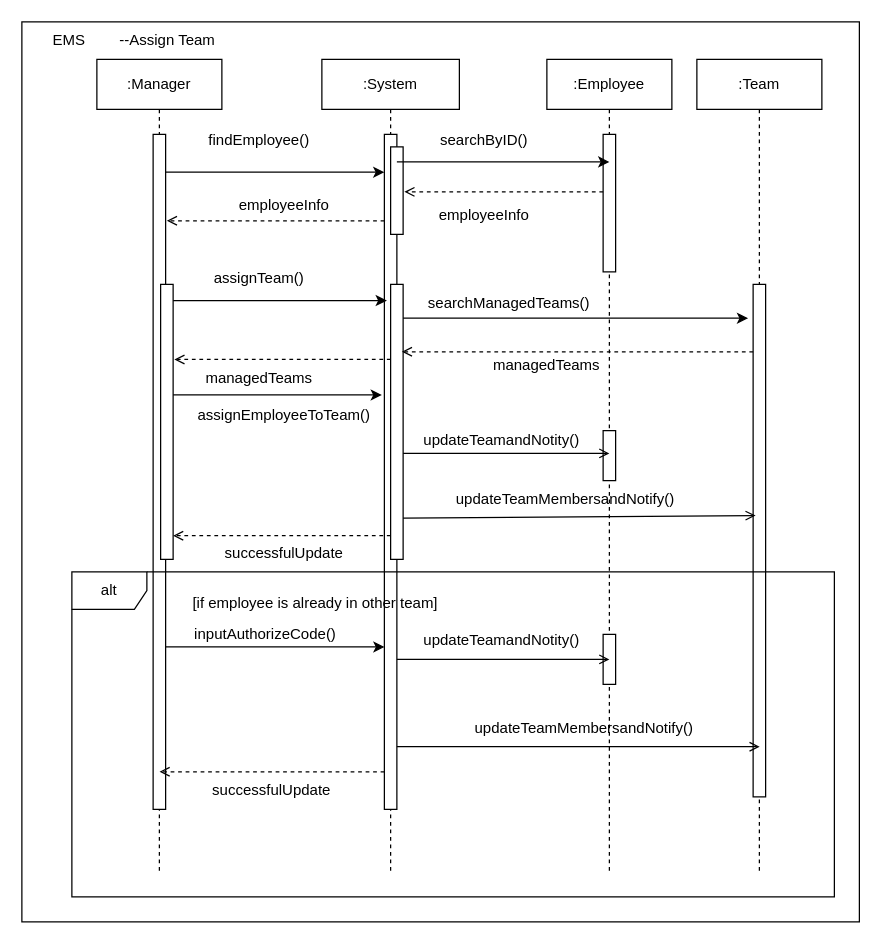
The draw.io diagram System Models/sequence_diagram_assignTeam.drawio in blueappleee/EmployeeManagementSystem, before the edit. Source tidied: cells renumbered, new cells numbered last; positions are measured from the earlier drawing's top-left corner, leaving out a move shared by most shapes. Both pictures are drawn from the tidied source at 125%, with x=0, y=0 at pixel (21, 21).
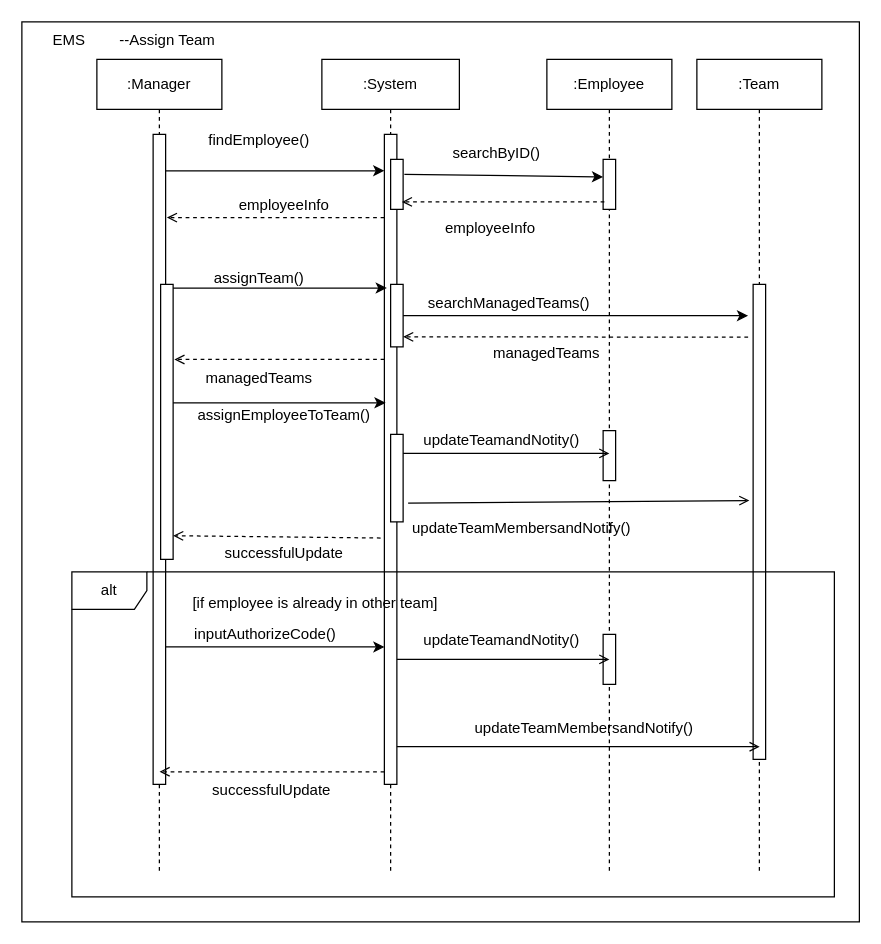
The same diagram, later.

Commit message (it also covers changes not shown here):
Assign Team Sequence Activation box fix

Unchanged cells that the change refers to:
```xml
<mxCell id="3" value=":Manager" style="shape=umlLifeline;perimeter=lifelinePerimeter;whiteSpace=wrap;html=1;" parent="1" vertex="1">
  <mxGeometry x="60" y="30" width="100" height="650" as="geometry" />
</mxCell>
<mxCell id="5" style="html=1;points=[];perimeter=orthogonalPerimeter;" parent="3" vertex="1">
  <mxGeometry x="51" y="180" width="10" height="220" as="geometry" />
</mxCell>
<mxCell id="6" value=":Team" style="shape=umlLifeline;perimeter=lifelinePerimeter;whiteSpace=wrap;html=1;" parent="1" vertex="1">
  <mxGeometry x="540" y="30" width="100" height="650" as="geometry" />
</mxCell>
<mxCell id="9" value=":System" style="shape=umlLifeline;perimeter=lifelinePerimeter;whiteSpace=wrap;html=1;" parent="1" vertex="1">
  <mxGeometry x="240" y="30" width="110" height="650" as="geometry" />
</mxCell>
<mxCell id="13" value=":Employee" style="shape=umlLifeline;perimeter=lifelinePerimeter;whiteSpace=wrap;html=1;" parent="1" vertex="1">
  <mxGeometry x="420" y="30" width="100" height="650" as="geometry" />
</mxCell>
<mxCell id="15" style="html=1;points=[];perimeter=orthogonalPerimeter;" parent="13" vertex="1">
  <mxGeometry x="45" y="297" width="10" height="40" as="geometry" />
</mxCell>
```

Diff of the diagram source:
```diff
@@
     <mxCell id="4" style="html=1;points=[];perimeter=orthogonalPerimeter;" parent="3" vertex="1">
-      <mxGeometry x="45" y="60" width="10" height="540" as="geometry" />
+      <mxGeometry x="45" y="60" width="10" height="520" as="geometry" />
     </mxCell>
@@
     <mxCell id="7" style="html=1;points=[];perimeter=orthogonalPerimeter;" parent="6" vertex="1">
-      <mxGeometry x="45" y="180" width="10" height="410" as="geometry" />
+      <mxGeometry x="45" y="180" width="10" height="380" as="geometry" />
     </mxCell>
@@
     <mxCell id="10" style="html=1;points=[];perimeter=orthogonalPerimeter;" parent="9" vertex="1">
-      <mxGeometry x="50" y="60" width="10" height="540" as="geometry" />
+      <mxGeometry x="50" y="60" width="10" height="520" as="geometry" />
     </mxCell>
     <mxCell id="11" style="html=1;points=[];perimeter=orthogonalPerimeter;" parent="9" vertex="1">
-      <mxGeometry x="55" y="70" width="10" height="70" as="geometry" />
+      <mxGeometry x="55" y="80" width="10" height="40" as="geometry" />
     </mxCell>
     <mxCell id="12" style="html=1;points=[];perimeter=orthogonalPerimeter;" parent="9" vertex="1">
-      <mxGeometry x="55" y="180" width="10" height="220" as="geometry" />
+      <mxGeometry x="55" y="180" width="10" height="50" as="geometry" />
     </mxCell>
+    <mxCell id="53" style="html=1;points=[];perimeter=orthogonalPerimeter;" parent="9" vertex="1">
+      <mxGeometry x="55" y="300" width="10" height="70" as="geometry" />
+    </mxCell>
@@
     <mxCell id="14" style="html=1;points=[];perimeter=orthogonalPerimeter;" parent="13" vertex="1">
-      <mxGeometry x="45" y="60" width="10" height="110" as="geometry" />
+      <mxGeometry x="45" y="80" width="10" height="40" as="geometry" />
     </mxCell>
@@
-    <mxCell id="16" value="updateTeamMembersandNotify()" style="text;html=1;strokeColor=none;fillColor=none;align=center;verticalAlign=middle;whiteSpace=wrap;rounded=0;" parent="13" vertex="1">
-      <mxGeometry x="-15" y="337" width="60" height="30" as="geometry" />
-    </mxCell>
@@
-    <mxCell id="19" style="edgeStyle=none;rounded=0;jettySize=auto;html=1;entryX=0.5;entryY=0.2;entryDx=0;entryDy=0;entryPerimeter=0;" parent="1" edge="1" source="10" target="14">
+    <mxCell id="19" style="edgeStyle=none;rounded=0;jettySize=auto;html=1;exitX=1.1;exitY=0.3;exitDx=0;exitDy=0;exitPerimeter=0;entryX=0;entryY=0.35;entryDx=0;entryDy=0;entryPerimeter=0;" parent="1" edge="1" source="11" target="14">
       <mxGeometry relative="1" as="geometry" />
     </mxCell>
     <mxCell id="20" value="searchByID()" style="text;html=1;strokeColor=none;fillColor=none;align=center;verticalAlign=middle;whiteSpace=wrap;rounded=0;" parent="1" vertex="1">
-      <mxGeometry x="340" y="80" width="60" height="30" as="geometry" />
+      <mxGeometry x="350" y="90" width="60" height="30" as="geometry" />
     </mxCell>
-    <mxCell id="21" style="edgeStyle=none;rounded=0;jettySize=auto;html=1;entryX=1.1;entryY=0.514;entryDx=0;entryDy=0;entryPerimeter=0;endArrow=open;endFill=0;dashed=1;" parent="1" edge="1" source="14" target="11">
+    <mxCell id="21" style="edgeStyle=none;rounded=0;jettySize=auto;html=1;entryX=0.9;entryY=0.85;entryDx=0;entryDy=0;entryPerimeter=0;endArrow=open;endFill=0;dashed=1;exitX=0.1;exitY=0.85;exitDx=0;exitDy=0;exitPerimeter=0;" parent="1" edge="1" source="14" target="11">
       <mxGeometry relative="1" as="geometry" />
     </mxCell>
     <mxCell id="22" value="employeeInfo" style="text;html=1;strokeColor=none;fillColor=none;align=center;verticalAlign=middle;whiteSpace=wrap;rounded=0;" parent="1" vertex="1">
-      <mxGeometry x="340" y="140" width="60" height="30" as="geometry" />
+      <mxGeometry x="345" y="150" width="60" height="30" as="geometry" />
     </mxCell>
@@
-    <mxCell id="26" style="edgeStyle=none;rounded=0;jettySize=auto;html=1;entryX=-0.2;entryY=0.386;entryDx=0;entryDy=0;entryPerimeter=0;" parent="1" edge="1" source="5" target="10">
+    <mxCell id="26" style="edgeStyle=none;rounded=0;jettySize=auto;html=1;entryX=0.1;entryY=0.413;entryDx=0;entryDy=0;entryPerimeter=0;" parent="1" edge="1" source="5" target="10">
       <mxGeometry relative="1" as="geometry" />
     </mxCell>
@@
-    <mxCell id="30" style="edgeStyle=none;rounded=0;jettySize=auto;html=1;entryX=0.9;entryY=0.245;entryDx=0;entryDy=0;entryPerimeter=0;endArrow=open;endFill=0;dashed=1;" parent="1" edge="1" source="7" target="12">
+    <mxCell id="30" style="edgeStyle=none;rounded=0;jettySize=auto;html=1;entryX=1;entryY=0.84;entryDx=0;entryDy=0;entryPerimeter=0;endArrow=open;endFill=0;dashed=1;exitX=-0.4;exitY=0.111;exitDx=0;exitDy=0;exitPerimeter=0;" parent="1" edge="1" source="7" target="12">
       <mxGeometry relative="1" as="geometry" />
     </mxCell>
     <mxCell id="31" value="managedTeams" style="text;html=1;strokeColor=none;fillColor=none;align=center;verticalAlign=middle;whiteSpace=wrap;rounded=0;" parent="1" vertex="1">
-      <mxGeometry x="390" y="260" width="60" height="30" as="geometry" />
+      <mxGeometry x="390" y="250" width="60" height="30" as="geometry" />
     </mxCell>
-    <mxCell id="32" style="edgeStyle=none;rounded=0;jettySize=auto;html=1;entryX=1.1;entryY=0.273;entryDx=0;entryDy=0;entryPerimeter=0;endArrow=open;endFill=0;dashed=1;" parent="1" edge="1" source="12" target="5">
-      <mxGeometry relative="1" as="geometry" />
+    <mxCell id="32" style="edgeStyle=none;rounded=0;jettySize=auto;html=1;entryX=1.1;entryY=0.273;entryDx=0;entryDy=0;entryPerimeter=0;endArrow=open;endFill=0;dashed=1;" parent="1" edge="1" target="5">
+      <mxGeometry relative="1" as="geometry">
+        <mxPoint x="290" y="270" as="sourcePoint" />
+      </mxGeometry>
     </mxCell>
@@
-    <mxCell id="36" style="edgeStyle=none;rounded=0;jettySize=auto;html=1;entryX=0.5;entryY=0.455;entryDx=0;entryDy=0;entryPerimeter=0;endArrow=open;endFill=0;" parent="1" edge="1" source="12" target="15">
+    <mxCell id="36" style="edgeStyle=none;rounded=0;jettySize=auto;html=1;entryX=0.5;entryY=0.455;entryDx=0;entryDy=0;entryPerimeter=0;endArrow=open;endFill=0;" parent="1" edge="1" source="53" target="15">
       <mxGeometry relative="1" as="geometry" />
     </mxCell>
@@
-    <mxCell id="38" style="edgeStyle=none;rounded=0;jettySize=auto;html=1;entryX=0.2;entryY=0.451;entryDx=0;entryDy=0;entryPerimeter=0;endArrow=open;endFill=0;" parent="1" edge="1" target="7">
-      <mxGeometry relative="1" as="geometry">
-        <mxPoint x="305" y="397" as="sourcePoint" />
-      </mxGeometry>
+    <mxCell id="38" style="edgeStyle=none;rounded=0;jettySize=auto;html=1;endArrow=open;endFill=0;exitX=1.4;exitY=0.786;exitDx=0;exitDy=0;exitPerimeter=0;entryX=-0.3;entryY=0.455;entryDx=0;entryDy=0;entryPerimeter=0;" parent="1" edge="1" source="53" target="7">
+      <mxGeometry relative="1" as="geometry" />
     </mxCell>
@@
-    <mxCell id="40" style="edgeStyle=none;rounded=0;jettySize=auto;html=1;entryX=1;entryY=0.914;entryDx=0;entryDy=0;entryPerimeter=0;endArrow=open;endFill=0;dashed=1;" parent="1" edge="1" source="12" target="5">
+    <mxCell id="40" style="edgeStyle=none;rounded=0;jettySize=auto;html=1;entryX=1;entryY=0.914;entryDx=0;entryDy=0;entryPerimeter=0;endArrow=open;endFill=0;dashed=1;exitX=-0.3;exitY=0.621;exitDx=0;exitDy=0;exitPerimeter=0;" parent="1" edge="1" source="10" target="5">
       <mxGeometry relative="1" as="geometry" />
     </mxCell>
@@
+    <mxCell id="16" value="updateTeamMembersandNotify()" style="text;html=1;strokeColor=none;fillColor=none;align=center;verticalAlign=middle;whiteSpace=wrap;rounded=0;" parent="1" vertex="1">
+      <mxGeometry x="370" y="390" width="60" height="30" as="geometry" />
+    </mxCell>
```
